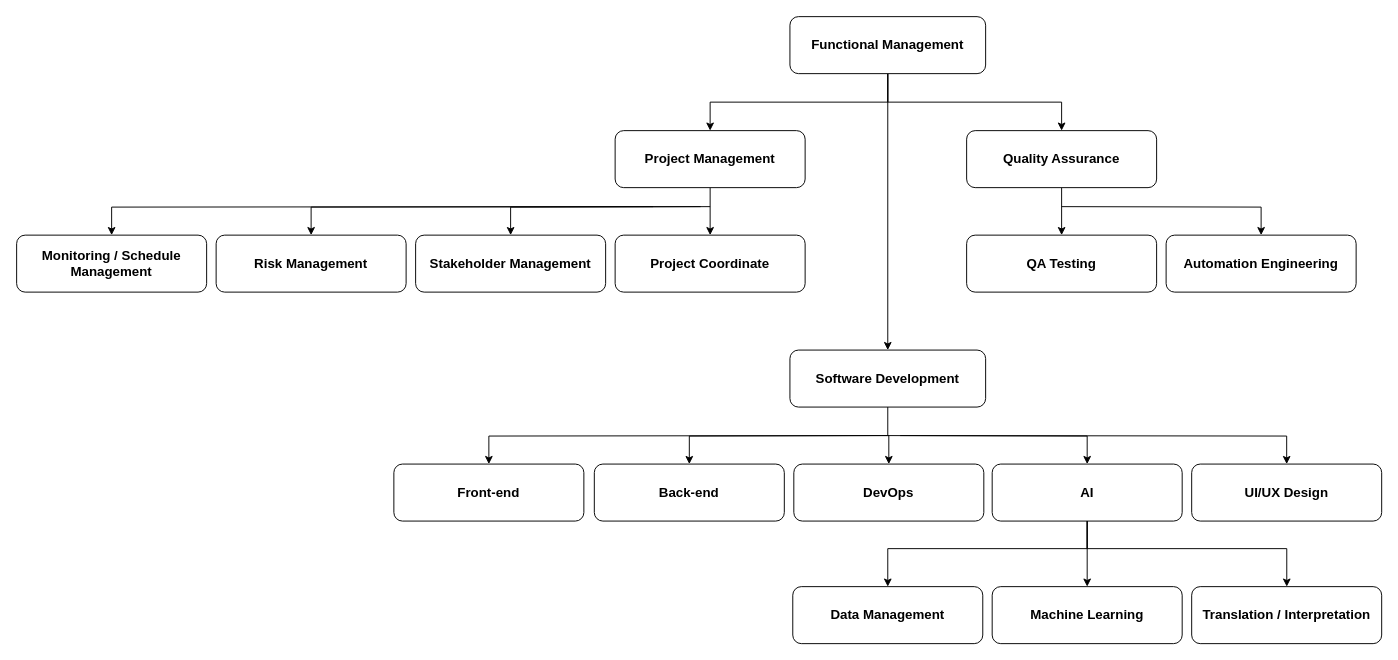
iirtrtrt/data keeps this draw.io diagram as pmp.drawio. Above is the earlier version. Source tidied: cells renumbered, new cells numbered last; positions are measured from the earlier drawing's top-left corner, leaving out a move shared by most shapes. Both pictures are drawn from the tidied source at 95%, with x=0, y=0 at pixel (16, 16).
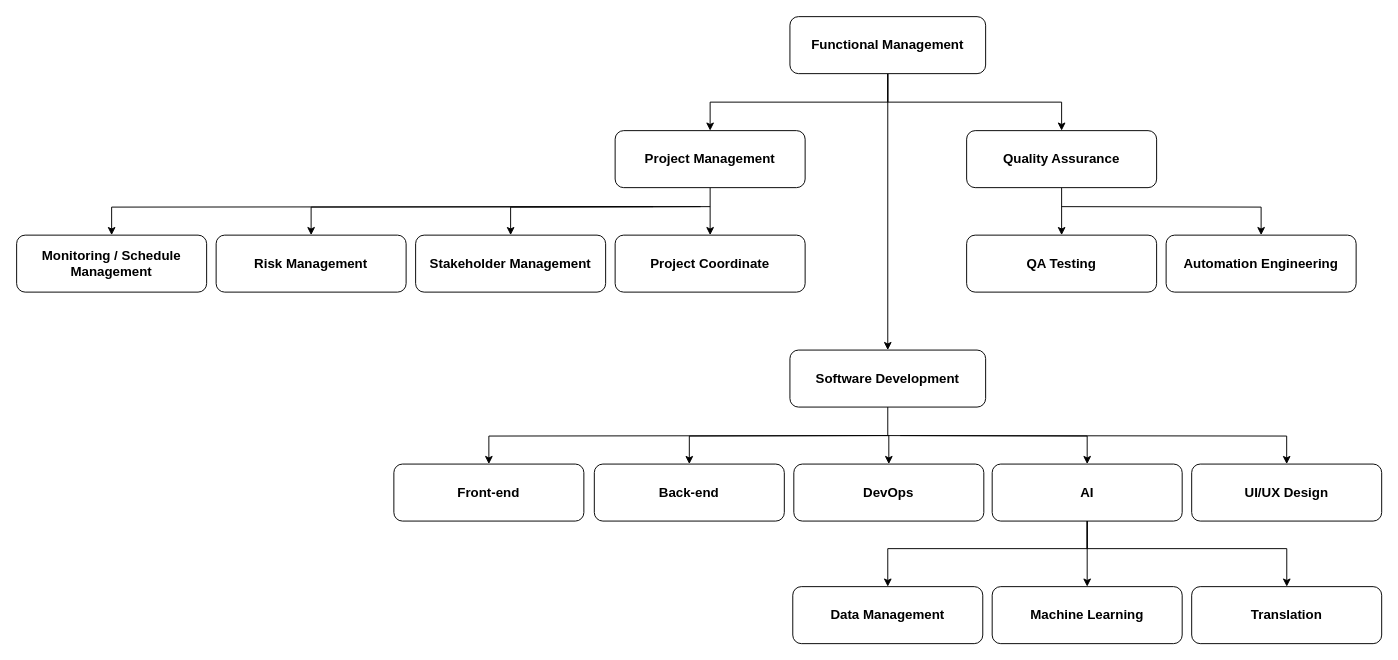
After the change.

What changed in the source:
```diff
@@
-    <mxCell id="36" value="&lt;span style=&quot;font-size: 14px;&quot;&gt;&lt;b&gt;Translation / Interpretation&lt;/b&gt;&lt;/span&gt;" style="rounded=1;whiteSpace=wrap;html=1;" parent="1" vertex="1">
+    <mxCell id="36" value="&lt;span style=&quot;font-size: 14px;&quot;&gt;&lt;b&gt;Translation&lt;/b&gt;&lt;/span&gt;" style="rounded=1;whiteSpace=wrap;html=1;" parent="1" vertex="1">
       <mxGeometry x="1236.9" y="600" width="200" height="60" as="geometry" />
     </mxCell>
```
